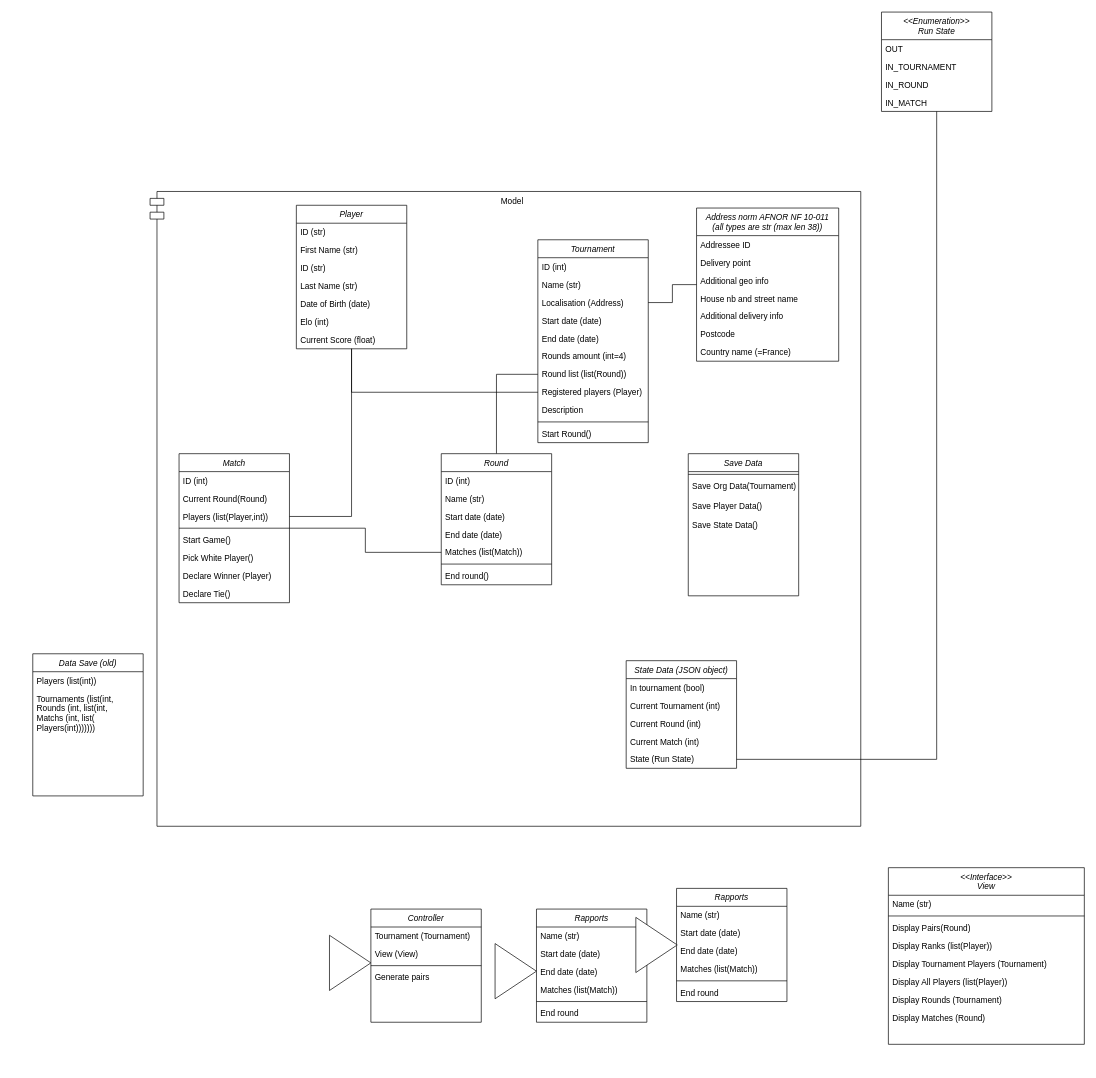
AlyxEugenot/OC-Courses keeps this draw.io diagram as OC4-Class-Diagram.drawio. Above is the earlier version. Source tidied: cells renumbered, new cells numbered last; positions are measured from the earlier drawing's top-left corner, leaving out a move shared by most shapes. Both pictures are drawn from the tidied source at 69%, with x=0, y=0 at pixel (32, 12).
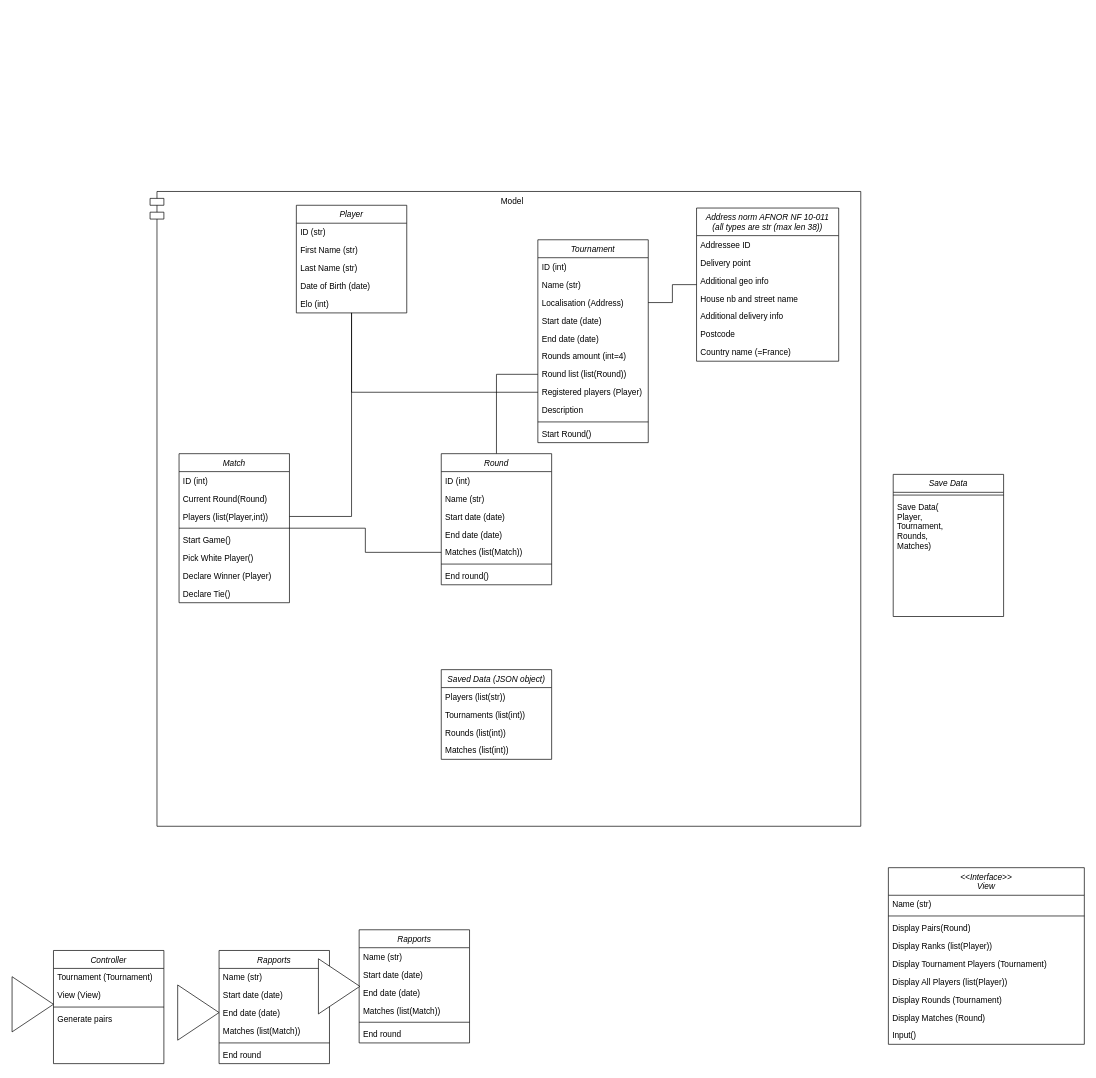
Above is the later version.

The change refers to these unchanged cells:
```xml
<mxCell id="72" value="&lt;&lt;Interface&gt;&gt;&#10;View" style="swimlane;fontStyle=2;align=center;verticalAlign=top;horizontal=1;startSize=40;rounded=0;shadow=0;strokeWidth=1;" parent="1" vertex="1">
  <mxGeometry x="1240" y="1240" width="284" height="256" as="geometry" />
</mxCell>
```

What changed in the source:
```diff
@@
     <mxCell id="4" value="Player" style="swimlane;fontStyle=2;align=center;verticalAlign=top;horizontal=1;startSize=26;rounded=0;shadow=0;strokeWidth=1;" parent="1" vertex="1">
-      <mxGeometry x="382" y="280" width="160" height="208" as="geometry" />
+      <mxGeometry x="382" y="280" width="160" height="156" as="geometry" />
     </mxCell>
@@
-    <mxCell id="7" value="ID (str)" style="text;align=left;verticalAlign=top;spacingLeft=4;spacingRight=4;overflow=hidden;rounded=0;shadow=0;html=0;" parent="4" vertex="1">
-      <mxGeometry y="78" width="160" height="26" as="geometry" />
-    </mxCell>
     <mxCell id="8" value="Last Name (str)" style="text;align=left;verticalAlign=top;spacingLeft=4;spacingRight=4;overflow=hidden;" parent="4" vertex="1">
-      <mxGeometry y="104" width="160" height="26" as="geometry" />
+      <mxGeometry y="78" width="160" height="26" as="geometry" />
     </mxCell>
     <mxCell id="9" value="Date of Birth (date)" style="text;align=left;verticalAlign=top;spacingLeft=4;spacingRight=4;overflow=hidden;rounded=0;shadow=0;html=0;" parent="4" vertex="1">
-      <mxGeometry y="130" width="160" height="26" as="geometry" />
+      <mxGeometry y="104" width="160" height="26" as="geometry" />
     </mxCell>
     <mxCell id="10" value="Elo (int)" style="text;align=left;verticalAlign=top;spacingLeft=4;spacingRight=4;overflow=hidden;rounded=0;shadow=0;html=0;" parent="4" vertex="1">
-      <mxGeometry y="156" width="160" height="26" as="geometry" />
+      <mxGeometry y="130" width="160" height="26" as="geometry" />
     </mxCell>
-    <mxCell id="11" value="Current Score (float)" style="text;align=left;verticalAlign=top;spacingLeft=4;spacingRight=4;overflow=hidden;rounded=0;shadow=0;html=0;" parent="4" vertex="1">
-      <mxGeometry y="182" width="160" height="26" as="geometry" />
-    </mxCell>
@@
     <mxCell id="53" value="Rapports" style="swimlane;fontStyle=2;align=center;verticalAlign=top;horizontal=1;startSize=26;rounded=0;shadow=0;strokeWidth=1;" parent="1" vertex="1">
-      <mxGeometry x="730" y="1300" width="160" height="164" as="geometry" />
+      <mxGeometry x="270" y="1360" width="160" height="164" as="geometry" />
     </mxCell>
@@
     <mxCell id="60" value="Rapports" style="swimlane;fontStyle=2;align=center;verticalAlign=top;horizontal=1;startSize=26;rounded=0;shadow=0;strokeWidth=1;" parent="1" vertex="1">
-      <mxGeometry x="933" y="1270" width="160" height="164" as="geometry" />
+      <mxGeometry x="473" y="1330" width="160" height="164" as="geometry" />
     </mxCell>
@@
     <mxCell id="67" value="Controller" style="swimlane;fontStyle=2;align=center;verticalAlign=top;horizontal=1;startSize=26;rounded=0;shadow=0;strokeWidth=1;" parent="1" vertex="1">
-      <mxGeometry x="490" y="1300" width="160" height="164" as="geometry" />
+      <mxGeometry x="30" y="1360" width="160" height="164" as="geometry" />
     </mxCell>
@@
-    <mxCell id="81" value="State Data (JSON object)" style="swimlane;fontStyle=2;align=center;verticalAlign=top;horizontal=1;startSize=26;rounded=0;shadow=0;strokeWidth=1;" parent="1" vertex="1">
-      <mxGeometry x="860" y="940" width="160" height="156" as="geometry" />
-    </mxCell>
-    <mxCell id="82" value="In tournament (bool)" style="text;align=left;verticalAlign=top;spacingLeft=4;spacingRight=4;overflow=hidden;" parent="81" vertex="1">
-      <mxGeometry y="26" width="160" height="26" as="geometry" />
-    </mxCell>
-    <mxCell id="83" value="Current Tournament (int)" style="text;align=left;verticalAlign=top;spacingLeft=4;spacingRight=4;overflow=hidden;rounded=0;shadow=0;html=0;" parent="81" vertex="1">
-      <mxGeometry y="52" width="160" height="26" as="geometry" />
-    </mxCell>
-    <mxCell id="84" value="Current Round (int)" style="text;align=left;verticalAlign=top;spacingLeft=4;spacingRight=4;overflow=hidden;rounded=0;shadow=0;html=0;" parent="81" vertex="1">
-      <mxGeometry y="78" width="160" height="26" as="geometry" />
-    </mxCell>
-    <mxCell id="85" value="Current Match (int)" style="text;align=left;verticalAlign=top;spacingLeft=4;spacingRight=4;overflow=hidden;rounded=0;shadow=0;html=0;" parent="81" vertex="1">
-      <mxGeometry y="104" width="160" height="26" as="geometry" />
-    </mxCell>
-    <mxCell id="86" value="State (Run State)" style="text;align=left;verticalAlign=top;spacingLeft=4;spacingRight=4;overflow=hidden;points=[[0,0.5],[1,0.5]];portConstraint=eastwest;rounded=0;shadow=0;html=0;" parent="81" vertex="1">
-      <mxGeometry y="130" width="160" height="26" as="geometry" />
-    </mxCell>
+    <mxCell id="104" value="Input()" style="text;align=left;verticalAlign=top;spacingLeft=4;spacingRight=4;overflow=hidden;rounded=0;shadow=0;html=0;" parent="72" vertex="1">
+      <mxGeometry y="230" width="284" height="26" as="geometry" />
+    </mxCell>
     <mxCell id="87" style="triangle;whiteSpace=wrap;html=1;" parent="1" vertex="1">
-      <mxGeometry x="874" y="1312" width="60" height="80" as="geometry" />
+      <mxGeometry x="414" y="1372" width="60" height="80" as="geometry" />
     </mxCell>
     <mxCell id="88" style="triangle;whiteSpace=wrap;html=1;" parent="1" vertex="1">
-      <mxGeometry x="670" y="1350" width="60" height="80" as="geometry" />
+      <mxGeometry x="210" y="1410" width="60" height="80" as="geometry" />
     </mxCell>
     <mxCell id="89" style="triangle;whiteSpace=wrap;html=1;" parent="1" vertex="1">
-      <mxGeometry x="430" y="1338" width="60" height="80" as="geometry" />
+      <mxGeometry x="-30" y="1398" width="60" height="80" as="geometry" />
     </mxCell>
-    <mxCell id="90" style="edgeStyle=orthogonalEdgeStyle;rounded=0;jettySize=auto;html=1;endArrow=none;endFill=0;" parent="1" edge="1" source="91" target="86">
-      <mxGeometry relative="1" as="geometry" />
-    </mxCell>
-    <mxCell id="91" value="&lt;&lt;Enumeration&gt;&gt;&#10;Run State&#10;" style="swimlane;fontStyle=2;align=center;verticalAlign=top;horizontal=1;startSize=40;rounded=0;shadow=0;strokeWidth=1;" parent="1" vertex="1">
-      <mxGeometry x="1230" width="160" height="144" as="geometry" />
-    </mxCell>
-    <mxCell id="92" value="OUT" style="text;align=left;verticalAlign=top;spacingLeft=4;spacingRight=4;overflow=hidden;rounded=0;shadow=0;html=0;" parent="91" vertex="1">
-      <mxGeometry y="40" width="160" height="26" as="geometry" />
-    </mxCell>
-    <mxCell id="93" value="IN_TOURNAMENT" style="text;align=left;verticalAlign=top;spacingLeft=4;spacingRight=4;overflow=hidden;rounded=0;shadow=0;html=0;" parent="91" vertex="1">
-      <mxGeometry y="66" width="160" height="26" as="geometry" />
-    </mxCell>
-    <mxCell id="94" value="IN_ROUND" style="text;align=left;verticalAlign=top;spacingLeft=4;spacingRight=4;overflow=hidden;rounded=0;shadow=0;html=0;" parent="91" vertex="1">
-      <mxGeometry y="92" width="160" height="26" as="geometry" />
-    </mxCell>
-    <mxCell id="95" value="IN_MATCH" style="text;align=left;verticalAlign=top;spacingLeft=4;spacingRight=4;overflow=hidden;rounded=0;shadow=0;html=0;" parent="91" vertex="1">
-      <mxGeometry y="118" width="160" height="26" as="geometry" />
-    </mxCell>
-    <mxCell id="96" value="Data Save (old)" style="swimlane;fontStyle=2;align=center;verticalAlign=top;horizontal=1;startSize=26;rounded=0;shadow=0;strokeWidth=1;" parent="1" vertex="1">
-      <mxGeometry y="930" width="160" height="206" as="geometry" />
-    </mxCell>
-    <mxCell id="97" value="Players (list(int))" style="text;align=left;verticalAlign=top;spacingLeft=4;spacingRight=4;overflow=hidden;" parent="96" vertex="1">
-      <mxGeometry y="26" width="160" height="26" as="geometry" />
-    </mxCell>
-    <mxCell id="98" value="Tournaments (list(int,&#10;Rounds (int, list(int,&#10;Matchs (int, list(&#10;Players(int)))))))" style="text;align=left;verticalAlign=top;spacingLeft=4;spacingRight=4;overflow=hidden;rounded=0;shadow=0;html=0;" parent="96" vertex="1">
-      <mxGeometry y="52" width="160" height="66" as="geometry" />
-    </mxCell>
     <mxCell id="99" value="Save Data" style="swimlane;fontStyle=2;align=center;verticalAlign=top;horizontal=1;startSize=26;rounded=0;shadow=0;strokeWidth=1;" parent="1" vertex="1">
-      <mxGeometry x="950" y="640" width="160" height="206" as="geometry" />
+      <mxGeometry x="1247" y="670" width="160" height="206" as="geometry" />
     </mxCell>
@@
-    <mxCell id="101" value="Save Org Data(Tournament)" style="text;align=left;verticalAlign=top;spacingLeft=4;spacingRight=4;overflow=hidden;rounded=0;shadow=0;html=0;" parent="99" vertex="1">
-      <mxGeometry y="34" width="160" height="28" as="geometry" />
+    <mxCell id="101" value="Save Data(&#10;Player, &#10;Tournament,&#10;Rounds,&#10;Matches)" style="text;align=left;verticalAlign=top;spacingLeft=4;spacingRight=4;overflow=hidden;rounded=0;shadow=0;html=0;" parent="99" vertex="1">
+      <mxGeometry y="34" width="160" height="88" as="geometry" />
     </mxCell>
-    <mxCell id="102" value="Save Player Data()" style="text;align=left;verticalAlign=top;spacingLeft=4;spacingRight=4;overflow=hidden;rounded=0;shadow=0;html=0;" parent="99" vertex="1">
-      <mxGeometry y="62" width="160" height="28" as="geometry" />
-    </mxCell>
-    <mxCell id="103" value="Save State Data()" style="text;align=left;verticalAlign=top;spacingLeft=4;spacingRight=4;overflow=hidden;rounded=0;shadow=0;html=0;" parent="99" vertex="1">
-      <mxGeometry y="90" width="160" height="28" as="geometry" />
-    </mxCell>
+    <mxCell id="105" value="Saved Data (JSON object)" style="swimlane;fontStyle=2;align=center;verticalAlign=top;horizontal=1;startSize=26;rounded=0;shadow=0;strokeWidth=1;" parent="1" vertex="1">
+      <mxGeometry x="592" y="953" width="160" height="130" as="geometry" />
+    </mxCell>
+    <mxCell id="106" value="Players (list(str))" style="text;align=left;verticalAlign=top;spacingLeft=4;spacingRight=4;overflow=hidden;" parent="105" vertex="1">
+      <mxGeometry y="26" width="160" height="26" as="geometry" />
+    </mxCell>
+    <mxCell id="107" value="Tournaments (list(int))" style="text;align=left;verticalAlign=top;spacingLeft=4;spacingRight=4;overflow=hidden;" parent="105" vertex="1">
+      <mxGeometry y="52" width="160" height="26" as="geometry" />
+    </mxCell>
+    <mxCell id="108" value="Rounds (list(int))" style="text;align=left;verticalAlign=top;spacingLeft=4;spacingRight=4;overflow=hidden;" parent="105" vertex="1">
+      <mxGeometry y="78" width="160" height="26" as="geometry" />
+    </mxCell>
+    <mxCell id="109" value="Matches (list(int))" style="text;align=left;verticalAlign=top;spacingLeft=4;spacingRight=4;overflow=hidden;" parent="105" vertex="1">
+      <mxGeometry y="104" width="160" height="26" as="geometry" />
+    </mxCell>
```
